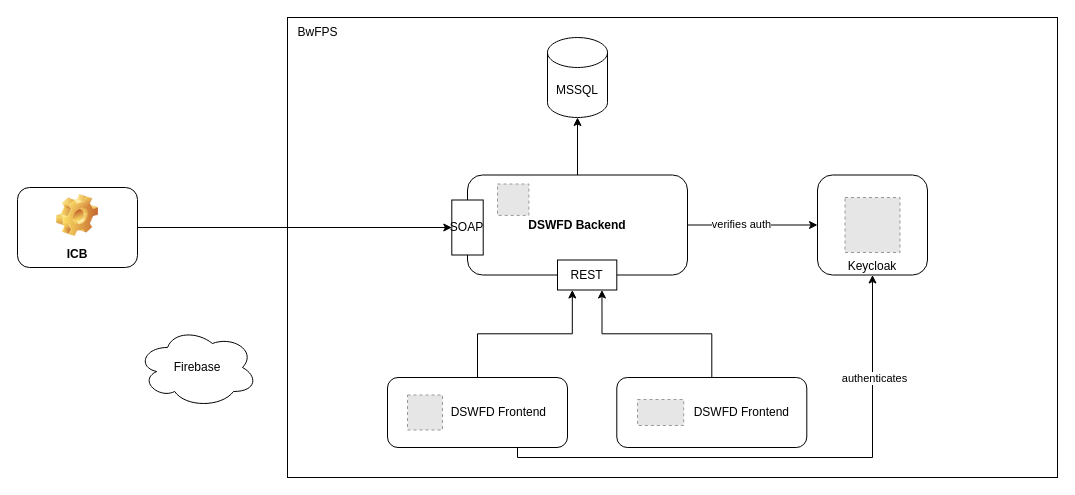
Earlier version of the draw.io diagram page "Page-1" (1 of 4) of thesis/assets/dswfd-architecture.drawio (HanLap/master-thesis). Source tidied: cells renumbered, new cells numbered last; positions are measured from the earlier drawing's top-left corner, leaving out a move shared by most shapes. Both pictures are drawn from the tidied source at 100%, with x=0, y=0 at pixel (17, 17). Pictures stored in the file or linked from it are replaced by grey dashed boxes.
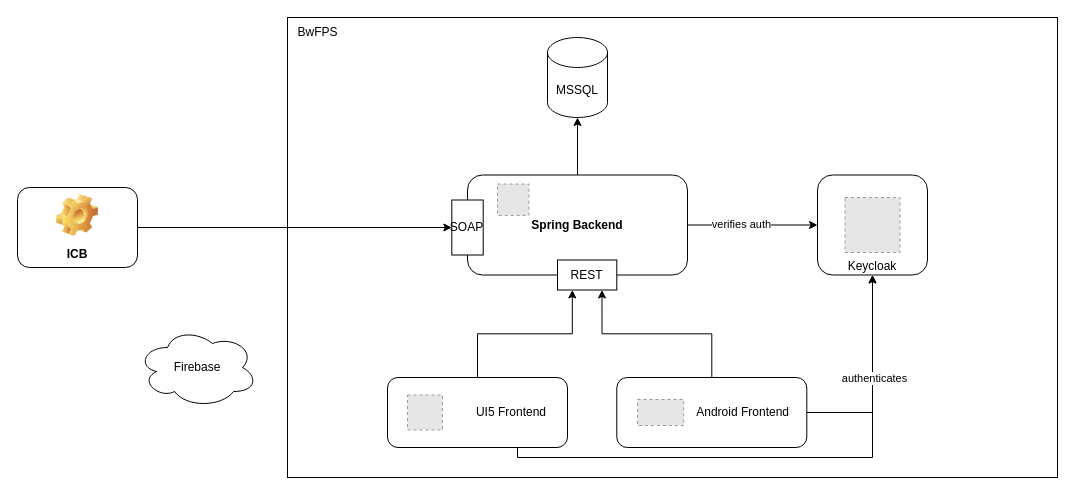
Above is the later version.

Unchanged cells that the change refers to:
```xml
<mxCell id="9" value="Keycloak" style="rounded=1;whiteSpace=wrap;html=1;verticalAlign=bottom;" parent="8" vertex="1">
  <mxGeometry width="110" height="100" as="geometry" />
</mxCell>
<mxCell id="14" style="group;" parent="1" vertex="1">
  <mxGeometry x="450" y="157.5" width="220" height="115" as="geometry" />
</mxCell>
```

The edit, as a diff of the source:
```diff
@@
+    <mxCell id="28" style="edgeStyle=orthogonalEdgeStyle;rounded=0;jettySize=auto;html=1;exitX=1;exitY=0.5;exitDx=0;exitDy=0;entryX=0.5;entryY=1;entryDx=0;entryDy=0;" parent="1" edge="1" source="6" target="9">
+      <mxGeometry relative="1" as="geometry" />
+    </mxCell>
-    <mxCell id="6" value="DSWFD Frontend" style="rounded=1;whiteSpace=wrap;html=1;align=right;spacingRight=15;" parent="1" vertex="1">
+    <mxCell id="6" value="Android Frontend" style="rounded=1;whiteSpace=wrap;html=1;align=right;spacingRight=15;" parent="1" vertex="1">
       <mxGeometry x="599.3" y="360" width="190" height="70" as="geometry" />
     </mxCell>
@@
-    <mxCell id="15" value="&lt;b&gt;DSWFD Backend&lt;/b&gt;" style="rounded=1;whiteSpace=wrap;html=1;" parent="14" vertex="1">
+    <mxCell id="15" value="&lt;b&gt;Spring Backend&lt;/b&gt;" style="rounded=1;whiteSpace=wrap;html=1;" parent="14" vertex="1">
       <mxGeometry width="220" height="100" as="geometry" />
     </mxCell>
@@
-    <mxCell id="22" value="DSWFD Frontend" style="rounded=1;whiteSpace=wrap;html=1;align=right;spacingRight=19;" parent="1" vertex="1">
+    <mxCell id="22" value="UI5 Frontend" style="rounded=1;whiteSpace=wrap;html=1;align=right;spacingRight=19;" parent="1" vertex="1">
       <mxGeometry x="370" y="360" width="180" height="70" as="geometry" />
     </mxCell>
```
